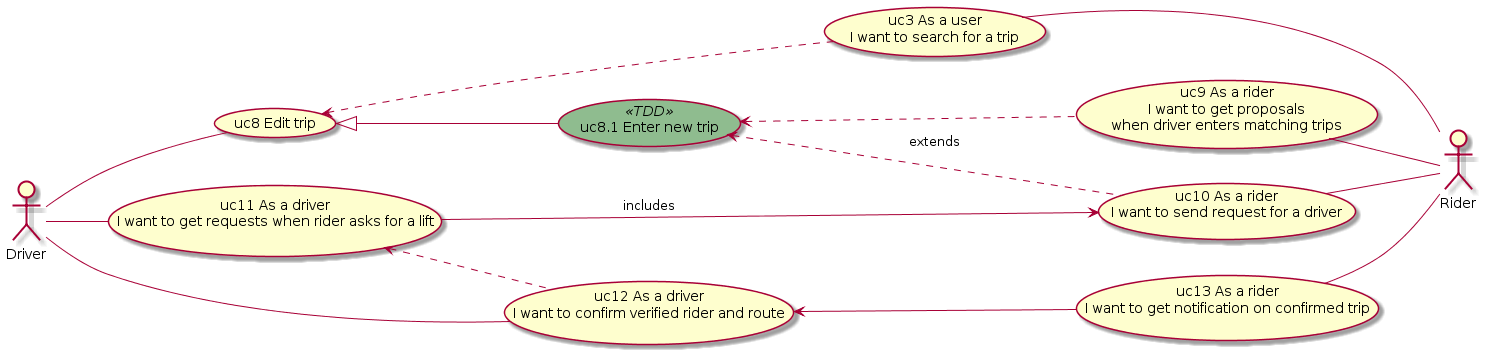
Above: docs/2uc-trips.png in vilnius/vilnius-carpool (PlantUML), before the change.
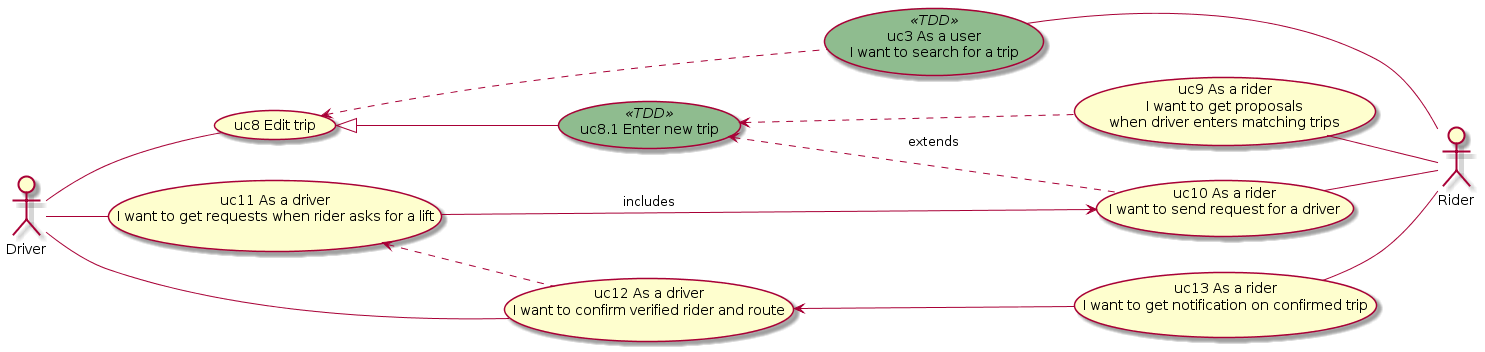
After the change.

Diff of the diagram source:
```diff
@@ -11,7 +11,7 @@
 usecase uc8 as "uc8 Edit trip"
 usecase uc8_1 as "uc8.1 Enter new trip" << TDD >>
 usecase uc10 as "uc10 As a rider\n I want to send request for a driver"
-usecase uc3 as "uc3 As a user\n I want to search for a trip"
+usecase uc3 as "uc3 As a user\n I want to search for a trip" << TDD >>
 usecase uc13 as "uc13 As a rider\n I want to get notification on confirmed trip"
 usecase uc9 as "uc9 As a rider\n I want to get proposals\n when driver enters matching trips"
 usecase uc11 as "uc11 As a driver\n I want to get requests when rider asks for a lift"
```
